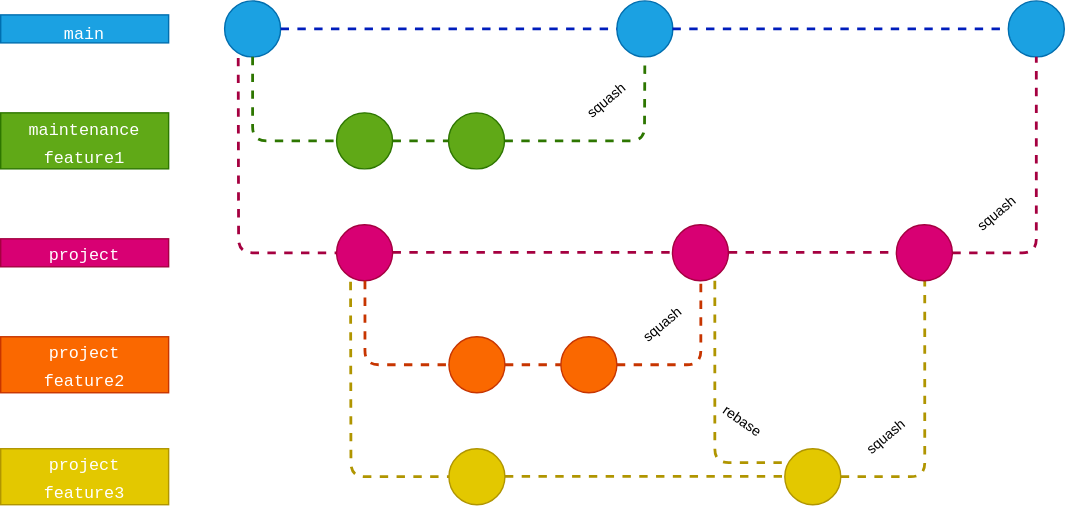
heliconialabs/abapgit-flow keeps this draw.io diagram as src/img/project_and_maintenance.drawio.svg. Above is the earlier version. Source tidied: cells renumbered, new cells last; positions are measured from the earlier drawing's top-left corner, leaving out a move shared by most shapes.
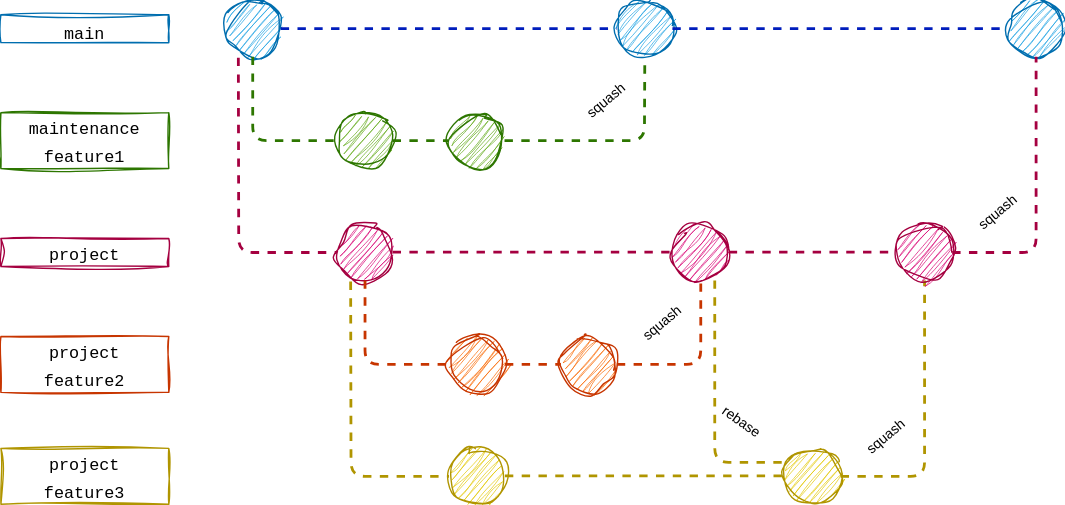
Above is the later version.

Change to the diagram source:
```diff
@@ -2,19 +2,19 @@
   <root>
     <mxCell id="0" />
     <mxCell id="1" parent="0" />
-    <mxCell id="2" style="ellipse;whiteSpace=wrap;html=1;hachureGap=4;fontFamily=Architects Daughter;fontSource=https%3A%2F%2Ffonts.googleapis.com%2Fcss%3Ffamily%3DArchitects%2BDaughter;fontSize=20;fillColor=#1ba1e2;fontColor=#ffffff;strokeColor=#006EAF;" parent="1" vertex="1">
+    <mxCell id="2" style="ellipse;whiteSpace=wrap;html=1;hachureGap=4;fontFamily=Architects Daughter;fontSource=https%3A%2F%2Ffonts.googleapis.com%2Fcss%3Ffamily%3DArchitects%2BDaughter;fontSize=20;fillColor=#1ba1e2;fontColor=#ffffff;strokeColor=#006EAF;sketch=1;curveFitting=1;jiggle=2;" parent="1" vertex="1">
       <mxGeometry x="160" width="40" height="40" as="geometry" />
     </mxCell>
-    <mxCell id="3" style="ellipse;whiteSpace=wrap;html=1;hachureGap=4;fontFamily=Architects Daughter;fontSource=https%3A%2F%2Ffonts.googleapis.com%2Fcss%3Ffamily%3DArchitects%2BDaughter;fontSize=20;fillColor=#1ba1e2;fontColor=#ffffff;strokeColor=#006EAF;" parent="1" vertex="1">
+    <mxCell id="3" style="ellipse;whiteSpace=wrap;html=1;hachureGap=4;fontFamily=Architects Daughter;fontSource=https%3A%2F%2Ffonts.googleapis.com%2Fcss%3Ffamily%3DArchitects%2BDaughter;fontSize=20;fillColor=#1ba1e2;fontColor=#ffffff;strokeColor=#006EAF;sketch=1;curveFitting=1;jiggle=2;" parent="1" vertex="1">
       <mxGeometry x="440.3" width="40" height="40" as="geometry" />
     </mxCell>
-    <mxCell id="4" value="&lt;font style=&quot;font-size: 12px;&quot; face=&quot;Courier New&quot;&gt;main&lt;/font&gt;" style="rounded=0;whiteSpace=wrap;html=1;sketch=0;hachureGap=4;jiggle=2;curveFitting=1;fontFamily=Architects Daughter;fontSource=https%3A%2F%2Ffonts.googleapis.com%2Fcss%3Ffamily%3DArchitects%2BDaughter;fontSize=20;fillColor=#1ba1e2;fontColor=#ffffff;strokeColor=#006EAF;" parent="1" vertex="1">
+    <mxCell id="4" value="&lt;font style=&quot;font-size: 12px;&quot; face=&quot;Courier New&quot;&gt;main&lt;/font&gt;" style="rounded=0;whiteSpace=wrap;html=1;sketch=1;hachureGap=4;jiggle=2;curveFitting=1;fontFamily=Architects Daughter;fontSource=https%3A%2F%2Ffonts.googleapis.com%2Fcss%3Ffamily%3DArchitects%2BDaughter;fontSize=20;fillColor=none;fontColor=#000000;strokeColor=#006EAF;" parent="1" vertex="1">
       <mxGeometry y="10" width="120" height="20" as="geometry" />
     </mxCell>
-    <mxCell id="5" style="ellipse;whiteSpace=wrap;html=1;hachureGap=4;fontFamily=Architects Daughter;fontSource=https%3A%2F%2Ffonts.googleapis.com%2Fcss%3Ffamily%3DArchitects%2BDaughter;fontSize=20;fillColor=#60a917;fontColor=#ffffff;strokeColor=#2D7600;" parent="1" vertex="1">
+    <mxCell id="5" style="ellipse;whiteSpace=wrap;html=1;hachureGap=4;fontFamily=Architects Daughter;fontSource=https%3A%2F%2Ffonts.googleapis.com%2Fcss%3Ffamily%3DArchitects%2BDaughter;fontSize=20;fillColor=#60a917;fontColor=#ffffff;strokeColor=#2D7600;sketch=1;curveFitting=1;jiggle=2;" parent="1" vertex="1">
       <mxGeometry x="240" y="80" width="40" height="40" as="geometry" />
     </mxCell>
-    <mxCell id="6" style="ellipse;whiteSpace=wrap;html=1;hachureGap=4;fontFamily=Architects Daughter;fontSource=https%3A%2F%2Ffonts.googleapis.com%2Fcss%3Ffamily%3DArchitects%2BDaughter;fontSize=20;fillColor=#60a917;fontColor=#ffffff;strokeColor=#2D7600;" parent="1" vertex="1">
+    <mxCell id="6" style="ellipse;whiteSpace=wrap;html=1;hachureGap=4;fontFamily=Architects Daughter;fontSource=https%3A%2F%2Ffonts.googleapis.com%2Fcss%3Ffamily%3DArchitects%2BDaughter;fontSize=20;fillColor=#60a917;fontColor=#ffffff;strokeColor=#2D7600;sketch=1;curveFitting=1;jiggle=2;" parent="1" vertex="1">
       <mxGeometry x="320" y="80" width="40" height="40" as="geometry" />
     </mxCell>
     <mxCell id="7" style="endArrow=none;dashed=1;html=1;strokeWidth=2;sketch=0;hachureGap=4;jiggle=2;curveFitting=1;fontFamily=Courier New;fontSize=16;exitX=0.5;exitY=1;exitDx=0;exitDy=0;entryX=0;entryY=0.5;entryDx=0;entryDy=0;fillColor=#60a917;strokeColor=#2D7600;" parent="1" edge="1" source="2" target="5">
@@ -42,13 +42,13 @@
         <mxPoint x="-29" as="offset" />
       </mxGeometry>
     </mxCell>
-    <mxCell id="12" value="&lt;font face=&quot;Courier New&quot; style=&quot;font-size: 12px;&quot;&gt;maintenance&lt;br&gt;feature1&lt;br&gt;&lt;/font&gt;" style="rounded=0;whiteSpace=wrap;html=1;sketch=0;hachureGap=4;jiggle=2;curveFitting=1;fontFamily=Architects Daughter;fontSource=https%3A%2F%2Ffonts.googleapis.com%2Fcss%3Ffamily%3DArchitects%2BDaughter;fontSize=16;fillColor=#60a917;fontColor=#ffffff;strokeColor=#2D7600;" parent="1" vertex="1">
+    <mxCell id="12" value="&lt;font face=&quot;Courier New&quot; style=&quot;font-size: 12px;&quot;&gt;maintenance&lt;br&gt;feature1&lt;br&gt;&lt;/font&gt;" style="rounded=0;whiteSpace=wrap;html=1;sketch=1;hachureGap=4;jiggle=2;curveFitting=1;fontFamily=Architects Daughter;fontSource=https%3A%2F%2Ffonts.googleapis.com%2Fcss%3Ffamily%3DArchitects%2BDaughter;fontSize=16;fillColor=none;fontColor=#000000;strokeColor=#2D7600;" parent="1" vertex="1">
       <mxGeometry y="80" width="120" height="40" as="geometry" />
     </mxCell>
-    <mxCell id="13" value="&lt;font face=&quot;Courier New&quot; style=&quot;font-size: 12px;&quot;&gt;project&lt;/font&gt;" style="rounded=0;whiteSpace=wrap;html=1;sketch=0;hachureGap=4;jiggle=2;curveFitting=1;fontFamily=Architects Daughter;fontSource=https%3A%2F%2Ffonts.googleapis.com%2Fcss%3Ffamily%3DArchitects%2BDaughter;fontSize=16;fillColor=#d80073;fontColor=#ffffff;strokeColor=#A50040;" parent="1" vertex="1">
+    <mxCell id="13" value="&lt;font face=&quot;Courier New&quot; style=&quot;font-size: 12px;&quot;&gt;project&lt;/font&gt;" style="rounded=0;whiteSpace=wrap;html=1;sketch=1;hachureGap=4;jiggle=2;curveFitting=1;fontFamily=Architects Daughter;fontSource=https%3A%2F%2Ffonts.googleapis.com%2Fcss%3Ffamily%3DArchitects%2BDaughter;fontSize=16;fillColor=none;fontColor=#000000;strokeColor=#A50040;fillStyle=zigzag-line;" parent="1" vertex="1">
       <mxGeometry y="170" width="120" height="20" as="geometry" />
     </mxCell>
-    <mxCell id="14" style="ellipse;whiteSpace=wrap;html=1;hachureGap=4;fontFamily=Architects Daughter;fontSource=https%3A%2F%2Ffonts.googleapis.com%2Fcss%3Ffamily%3DArchitects%2BDaughter;fontSize=20;fillColor=#d80073;fontColor=#ffffff;strokeColor=#A50040;" parent="1" vertex="1">
+    <mxCell id="14" style="ellipse;whiteSpace=wrap;html=1;hachureGap=4;fontFamily=Architects Daughter;fontSource=https%3A%2F%2Ffonts.googleapis.com%2Fcss%3Ffamily%3DArchitects%2BDaughter;fontSize=20;fillColor=#d80073;fontColor=#ffffff;strokeColor=#A50040;sketch=1;curveFitting=1;jiggle=2;" parent="1" vertex="1">
       <mxGeometry x="240" y="160" width="40" height="40" as="geometry" />
     </mxCell>
     <mxCell id="15" style="endArrow=none;dashed=1;html=1;strokeWidth=2;sketch=0;hachureGap=4;jiggle=2;curveFitting=1;fontFamily=Courier New;fontSize=16;exitX=0.243;exitY=1.018;exitDx=0;exitDy=0;entryX=0;entryY=0.5;entryDx=0;entryDy=0;fillColor=#d80073;strokeColor=#A50040;exitPerimeter=0;" parent="1" edge="1" source="2">
@@ -59,7 +59,7 @@
         </Array>
       </mxGeometry>
     </mxCell>
-    <mxCell id="16" style="ellipse;whiteSpace=wrap;html=1;hachureGap=4;fontFamily=Architects Daughter;fontSource=https%3A%2F%2Ffonts.googleapis.com%2Fcss%3Ffamily%3DArchitects%2BDaughter;fontSize=20;fillColor=#d80073;fontColor=#ffffff;strokeColor=#A50040;" parent="1" vertex="1">
+    <mxCell id="16" style="ellipse;whiteSpace=wrap;html=1;hachureGap=4;fontFamily=Architects Daughter;fontSource=https%3A%2F%2Ffonts.googleapis.com%2Fcss%3Ffamily%3DArchitects%2BDaughter;fontSize=20;fillColor=#d80073;fontColor=#ffffff;strokeColor=#A50040;sketch=1;curveFitting=1;jiggle=2;" parent="1" vertex="1">
       <mxGeometry x="480" y="160" width="40" height="40" as="geometry" />
     </mxCell>
     <mxCell id="17" style="endArrow=none;dashed=1;html=1;strokeWidth=2;sketch=0;hachureGap=4;jiggle=2;curveFitting=1;fontFamily=Courier New;fontSize=16;exitX=1;exitY=0.5;exitDx=0;exitDy=0;entryX=0;entryY=0.5;entryDx=0;entryDy=0;fillColor=#d80073;strokeColor=#A50040;" parent="1" edge="1">
@@ -68,7 +68,7 @@
         <mxPoint x="480" y="179.7" as="targetPoint" />
       </mxGeometry>
     </mxCell>
-    <mxCell id="18" style="ellipse;whiteSpace=wrap;html=1;hachureGap=4;fontFamily=Architects Daughter;fontSource=https%3A%2F%2Ffonts.googleapis.com%2Fcss%3Ffamily%3DArchitects%2BDaughter;fontSize=20;fillColor=#1ba1e2;fontColor=#ffffff;strokeColor=#006EAF;" parent="1" vertex="1">
+    <mxCell id="18" style="ellipse;whiteSpace=wrap;html=1;hachureGap=4;fontFamily=Architects Daughter;fontSource=https%3A%2F%2Ffonts.googleapis.com%2Fcss%3Ffamily%3DArchitects%2BDaughter;fontSize=20;fillColor=#1ba1e2;fontColor=#ffffff;strokeColor=#006EAF;sketch=1;curveFitting=1;jiggle=2;" parent="1" vertex="1">
       <mxGeometry x="720" width="40" height="40" as="geometry" />
     </mxCell>
     <mxCell id="19" style="endArrow=none;dashed=1;html=1;strokeWidth=2;sketch=0;hachureGap=4;jiggle=2;curveFitting=1;fontFamily=Courier New;fontSize=16;fillColor=#0050ef;strokeColor=#001DBC;entryX=0;entryY=0.5;entryDx=0;entryDy=0;" parent="1" edge="1" target="18">
@@ -89,13 +89,13 @@
         <mxPoint x="-29" y="73" as="offset" />
       </mxGeometry>
     </mxCell>
-    <mxCell id="22" value="&lt;font face=&quot;Courier New&quot; style=&quot;font-size: 12px;&quot;&gt;&lt;font color=&quot;#ffffff&quot;&gt;project&lt;br&gt;feature2&lt;/font&gt;&lt;br&gt;&lt;/font&gt;" style="rounded=0;whiteSpace=wrap;html=1;sketch=0;hachureGap=4;jiggle=2;curveFitting=1;fontFamily=Architects Daughter;fontSource=https%3A%2F%2Ffonts.googleapis.com%2Fcss%3Ffamily%3DArchitects%2BDaughter;fontSize=16;fillColor=#fa6800;fontColor=#000000;strokeColor=#C73500;" parent="1" vertex="1">
+    <mxCell id="22" value="&lt;font face=&quot;Courier New&quot; style=&quot;font-size: 12px;&quot;&gt;&lt;font&gt;project&lt;br&gt;feature2&lt;/font&gt;&lt;br&gt;&lt;/font&gt;" style="rounded=0;whiteSpace=wrap;html=1;sketch=1;hachureGap=4;jiggle=2;curveFitting=1;fontFamily=Architects Daughter;fontSource=https%3A%2F%2Ffonts.googleapis.com%2Fcss%3Ffamily%3DArchitects%2BDaughter;fontSize=16;fillColor=none;fontColor=#000000;strokeColor=#C73500;" parent="1" vertex="1">
       <mxGeometry y="240" width="120" height="40" as="geometry" />
     </mxCell>
-    <mxCell id="23" style="ellipse;whiteSpace=wrap;html=1;hachureGap=4;fontFamily=Architects Daughter;fontSource=https%3A%2F%2Ffonts.googleapis.com%2Fcss%3Ffamily%3DArchitects%2BDaughter;fontSize=20;fillColor=#fa6800;fontColor=#000000;strokeColor=#C73500;" parent="1" vertex="1">
+    <mxCell id="23" style="ellipse;whiteSpace=wrap;html=1;hachureGap=4;fontFamily=Architects Daughter;fontSource=https%3A%2F%2Ffonts.googleapis.com%2Fcss%3Ffamily%3DArchitects%2BDaughter;fontSize=20;fillColor=#fa6800;fontColor=#000000;strokeColor=#C73500;sketch=1;curveFitting=1;jiggle=2;" parent="1" vertex="1">
       <mxGeometry x="320.3" y="240" width="40" height="40" as="geometry" />
     </mxCell>
-    <mxCell id="24" style="ellipse;whiteSpace=wrap;html=1;hachureGap=4;fontFamily=Architects Daughter;fontSource=https%3A%2F%2Ffonts.googleapis.com%2Fcss%3Ffamily%3DArchitects%2BDaughter;fontSize=20;fillColor=#fa6800;fontColor=#000000;strokeColor=#C73500;" parent="1" vertex="1">
+    <mxCell id="24" style="ellipse;whiteSpace=wrap;html=1;hachureGap=4;fontFamily=Architects Daughter;fontSource=https%3A%2F%2Ffonts.googleapis.com%2Fcss%3Ffamily%3DArchitects%2BDaughter;fontSize=20;fillColor=#fa6800;fontColor=#000000;strokeColor=#C73500;sketch=1;curveFitting=1;jiggle=2;" parent="1" vertex="1">
       <mxGeometry x="400.3" y="240" width="40" height="40" as="geometry" />
     </mxCell>
     <mxCell id="25" style="endArrow=none;dashed=1;html=1;strokeWidth=2;sketch=0;hachureGap=4;jiggle=2;curveFitting=1;fontFamily=Courier New;fontSize=16;exitX=0.5;exitY=1;exitDx=0;exitDy=0;entryX=0;entryY=0.5;entryDx=0;entryDy=0;fillColor=#fa6800;strokeColor=#C73500;" parent="1" edge="1" target="23">
@@ -122,7 +122,7 @@
         <mxPoint x="-29" y="7" as="offset" />
       </mxGeometry>
     </mxCell>
-    <mxCell id="29" style="ellipse;whiteSpace=wrap;html=1;hachureGap=4;fontFamily=Architects Daughter;fontSource=https%3A%2F%2Ffonts.googleapis.com%2Fcss%3Ffamily%3DArchitects%2BDaughter;fontSize=20;fillColor=#e3c800;fontColor=#000000;strokeColor=#B09500;" parent="1" vertex="1">
+    <mxCell id="29" style="ellipse;whiteSpace=wrap;html=1;hachureGap=4;fontFamily=Architects Daughter;fontSource=https%3A%2F%2Ffonts.googleapis.com%2Fcss%3Ffamily%3DArchitects%2BDaughter;fontSize=20;fillColor=#e3c800;fontColor=#000000;strokeColor=#B09500;sketch=1;curveFitting=1;jiggle=2;" parent="1" vertex="1">
       <mxGeometry x="320.3" y="320" width="40" height="40" as="geometry" />
     </mxCell>
     <mxCell id="30" style="endArrow=none;dashed=1;html=1;strokeWidth=2;sketch=0;hachureGap=4;jiggle=2;curveFitting=1;fontFamily=Courier New;fontSize=16;exitX=0.243;exitY=1.018;exitDx=0;exitDy=0;entryX=0;entryY=0.5;entryDx=0;entryDy=0;fillColor=#e3c800;strokeColor=#B09500;exitPerimeter=0;" parent="1" edge="1">
@@ -134,7 +134,7 @@
         </Array>
       </mxGeometry>
     </mxCell>
-    <mxCell id="31" style="ellipse;whiteSpace=wrap;html=1;hachureGap=4;fontFamily=Architects Daughter;fontSource=https%3A%2F%2Ffonts.googleapis.com%2Fcss%3Ffamily%3DArchitects%2BDaughter;fontSize=20;fillColor=#e3c800;fontColor=#000000;strokeColor=#B09500;" parent="1" vertex="1">
+    <mxCell id="31" style="ellipse;whiteSpace=wrap;html=1;hachureGap=4;fontFamily=Architects Daughter;fontSource=https%3A%2F%2Ffonts.googleapis.com%2Fcss%3Ffamily%3DArchitects%2BDaughter;fontSize=20;fillColor=#e3c800;fontColor=#000000;strokeColor=#B09500;sketch=1;curveFitting=1;jiggle=2;" parent="1" vertex="1">
       <mxGeometry x="560.3" y="320" width="40" height="40" as="geometry" />
     </mxCell>
     <mxCell id="32" style="endArrow=none;dashed=1;html=1;strokeWidth=2;sketch=0;hachureGap=4;jiggle=2;curveFitting=1;fontFamily=Courier New;fontSize=16;exitX=1;exitY=0.5;exitDx=0;exitDy=0;entryX=0;entryY=0.5;entryDx=0;entryDy=0;fillColor=#e3c800;strokeColor=#B09500;" parent="1" edge="1">
@@ -170,10 +170,10 @@
         <mxPoint x="-29" y="73" as="offset" />
       </mxGeometry>
     </mxCell>
-    <mxCell id="37" value="&lt;font face=&quot;Courier New&quot; style=&quot;font-size: 12px;&quot;&gt;&lt;font color=&quot;#ffffff&quot;&gt;project&lt;br&gt;feature3&lt;/font&gt;&lt;br&gt;&lt;/font&gt;" style="rounded=0;whiteSpace=wrap;html=1;sketch=0;hachureGap=4;jiggle=2;curveFitting=1;fontFamily=Architects Daughter;fontSource=https%3A%2F%2Ffonts.googleapis.com%2Fcss%3Ffamily%3DArchitects%2BDaughter;fontSize=16;fillColor=#e3c800;fontColor=#000000;strokeColor=#B09500;" parent="1" vertex="1">
+    <mxCell id="37" value="&lt;font face=&quot;Courier New&quot; style=&quot;font-size: 12px;&quot;&gt;&lt;font&gt;project&lt;br&gt;feature3&lt;/font&gt;&lt;br&gt;&lt;/font&gt;" style="rounded=0;whiteSpace=wrap;html=1;sketch=1;hachureGap=4;jiggle=2;curveFitting=1;fontFamily=Architects Daughter;fontSource=https%3A%2F%2Ffonts.googleapis.com%2Fcss%3Ffamily%3DArchitects%2BDaughter;fontSize=16;fillColor=none;fontColor=#000000;strokeColor=#B09500;" parent="1" vertex="1">
       <mxGeometry y="320" width="120" height="40" as="geometry" />
     </mxCell>
-    <mxCell id="38" style="ellipse;whiteSpace=wrap;html=1;hachureGap=4;fontFamily=Architects Daughter;fontSource=https%3A%2F%2Ffonts.googleapis.com%2Fcss%3Ffamily%3DArchitects%2BDaughter;fontSize=20;fillColor=#d80073;fontColor=#ffffff;strokeColor=#A50040;" parent="1" vertex="1">
+    <mxCell id="38" style="ellipse;whiteSpace=wrap;html=1;hachureGap=4;fontFamily=Architects Daughter;fontSource=https%3A%2F%2Ffonts.googleapis.com%2Fcss%3Ffamily%3DArchitects%2BDaughter;fontSize=20;fillColor=#d80073;fontColor=#ffffff;strokeColor=#A50040;sketch=1;curveFitting=1;jiggle=2;" parent="1" vertex="1">
       <mxGeometry x="640" y="160" width="40" height="40" as="geometry" />
     </mxCell>
     <mxCell id="39" style="endArrow=none;dashed=1;html=1;strokeWidth=2;sketch=0;hachureGap=4;jiggle=2;curveFitting=1;fontFamily=Courier New;fontSize=16;entryX=0;entryY=0.5;entryDx=0;entryDy=0;fillColor=#d80073;strokeColor=#A50040;" parent="1" edge="1">
```
